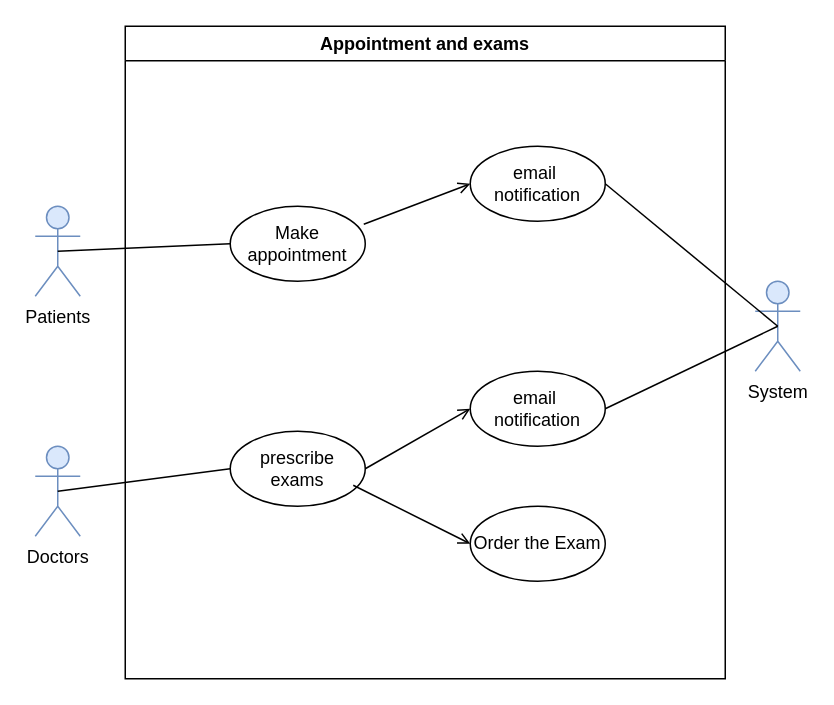
Above: Appointment_and_exam.drawio in IndecentTulip/Online-Health-Monitoring-System (draw.io), before the change. Source tidied: cells renumbered, new cells numbered last; positions are measured from the earlier drawing's top-left corner, leaving out a move shared by most shapes. Both pictures are drawn from the tidied source at 150%, with x=0, y=0 at pixel (34, 26).
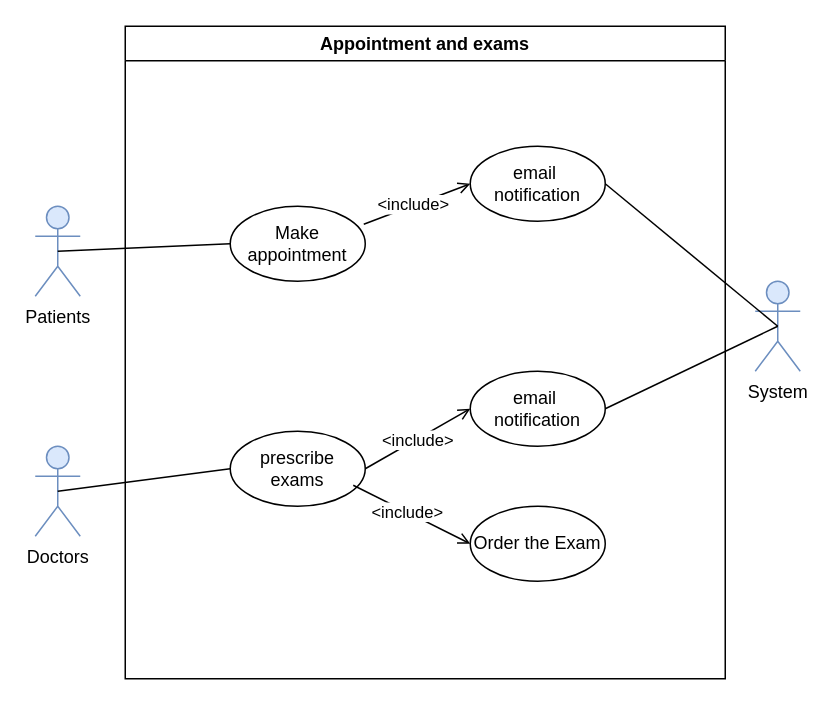
Above is the later version.

The change refers to these unchanged cells:
```xml
<mxCell id="11" style="endArrow=open;html=1;rounded=0;exitX=1;exitY=0.5;exitDx=0;exitDy=0;entryX=0;entryY=0.5;entryDx=0;entryDy=0;endFill=0;" parent="1" edge="1" source="2" target="10">
  <mxGeometry relative="1" as="geometry" />
</mxCell>
<mxCell id="12" style="endArrow=open;html=1;rounded=0;exitX=0.989;exitY=0.24;exitDx=0;exitDy=0;entryX=0;entryY=0.5;entryDx=0;entryDy=0;exitPerimeter=0;endFill=0;" parent="1" edge="1" source="3" target="9">
  <mxGeometry relative="1" as="geometry" />
</mxCell>
<mxCell id="14" style="endArrow=open;html=1;rounded=0;exitX=0.911;exitY=0.72;exitDx=0;exitDy=0;entryX=0;entryY=0.5;entryDx=0;entryDy=0;exitPerimeter=0;endFill=0;" parent="1" edge="1" source="2" target="13">
  <mxGeometry relative="1" as="geometry" />
</mxCell>
```

What changed in the source:
```diff
@@
+    <mxCell id="18" value="&amp;lt;include&amp;gt;" style="edgeLabel;html=1;align=center;verticalAlign=middle;" parent="11" vertex="1">
+      <mxGeometry relative="1" as="geometry" />
+    </mxCell>
@@
+    <mxCell id="19" value="&amp;lt;include&amp;gt;" style="edgeLabel;html=1;align=center;verticalAlign=middle;" parent="12" vertex="1">
+      <mxGeometry x="-0.07" relative="1" as="geometry">
+        <mxPoint y="-1" as="offset" />
+      </mxGeometry>
+    </mxCell>
@@
+    <mxCell id="20" value="&amp;lt;include&amp;gt;" style="edgeLabel;html=1;align=center;verticalAlign=middle;" parent="14" vertex="1">
+      <mxGeometry x="-0.08" relative="1" as="geometry" />
+    </mxCell>
```
